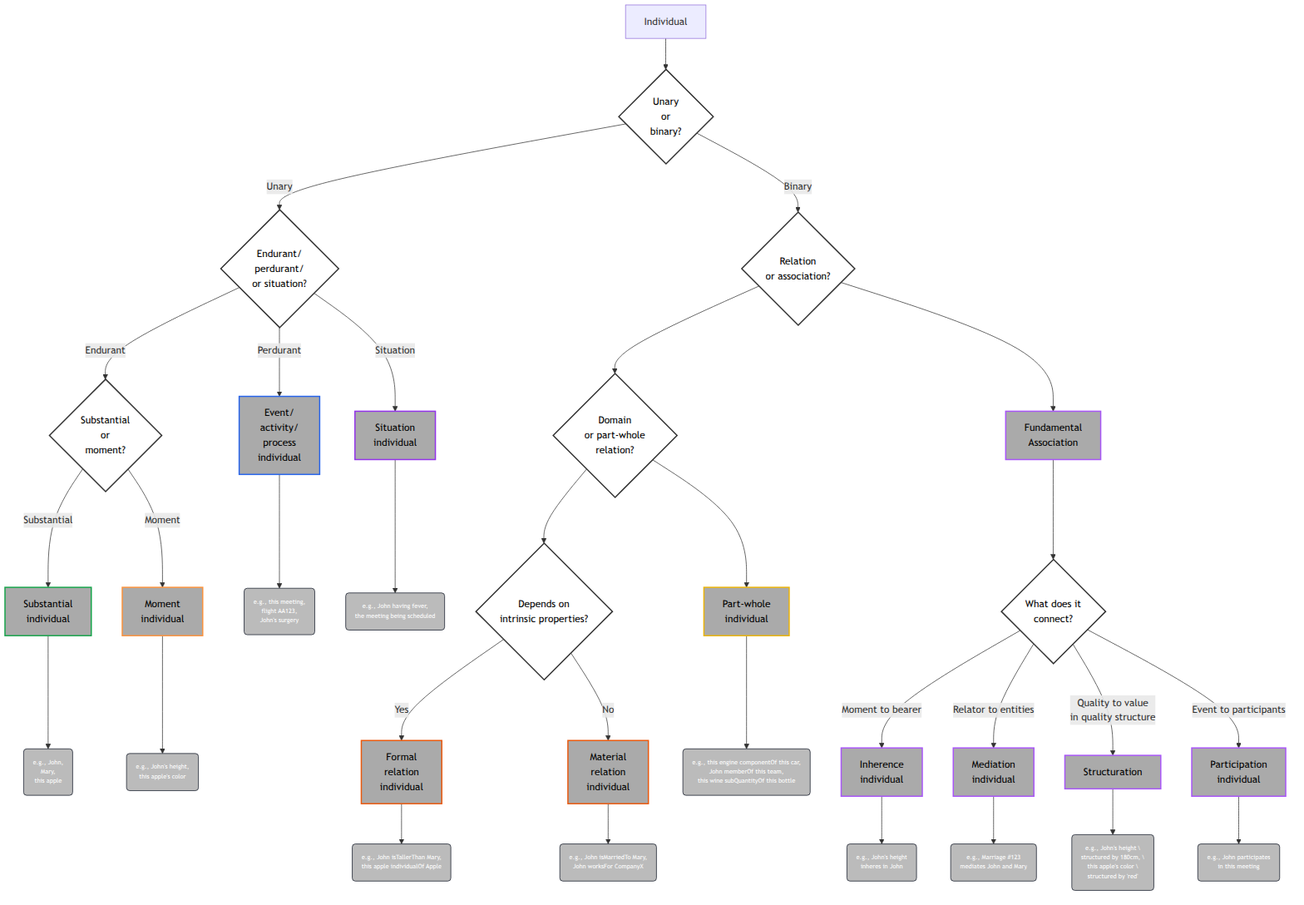
Before: 01-Individual.png, a diagram exported from Mermaid (spdrnl/UFO-Modeling-Decision-Tree). Its source is kept beside it as 01-Individual.mermaid.
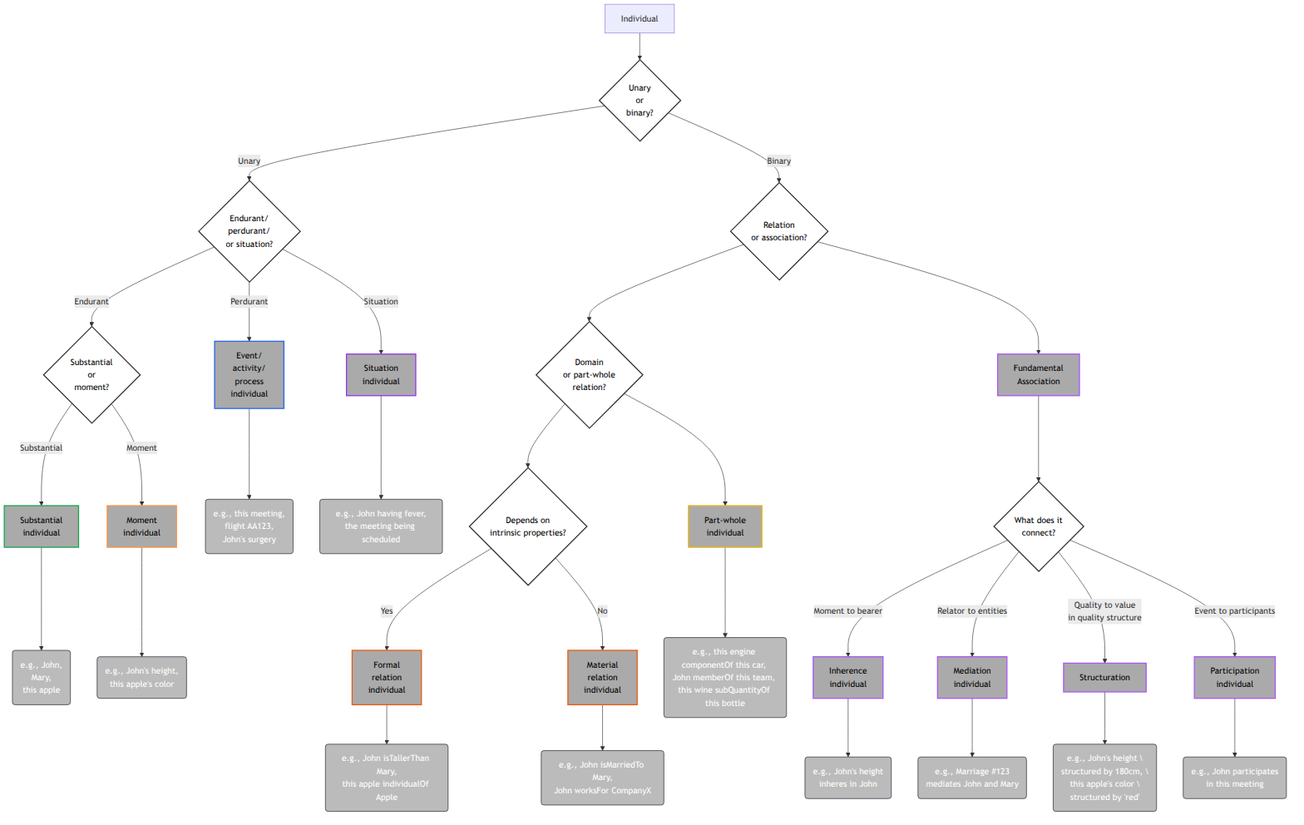
The same diagram one commit later.

The edit, as a diff of the source:
```diff
@@ -60,7 +60,7 @@
     PWI_ex("e.g., this engine componentOf this car, \nJohn memberOf this team, \nthis wine subQuantityOf this bottle"):::example
     PWI --> PWI_ex
 
-    classDef example fill:#BBBBBB,stroke:#111827,stroke-width:1px,color:#fff,font-size:10px;
+    classDef example fill:#BBBBBB,stroke:#111827,stroke-width:1px,color:#fff;
     classDef generic fill:#ffffff,stroke:#333,stroke-width:2px,color:#000;
     classDef perdurant fill:#aaaaaa,stroke:#2563eb,stroke-width:2px,color:#000;
     classDef substantial fill:#aaaaaa,stroke:#16a34a,stroke-width:2px,color:#000;
```
